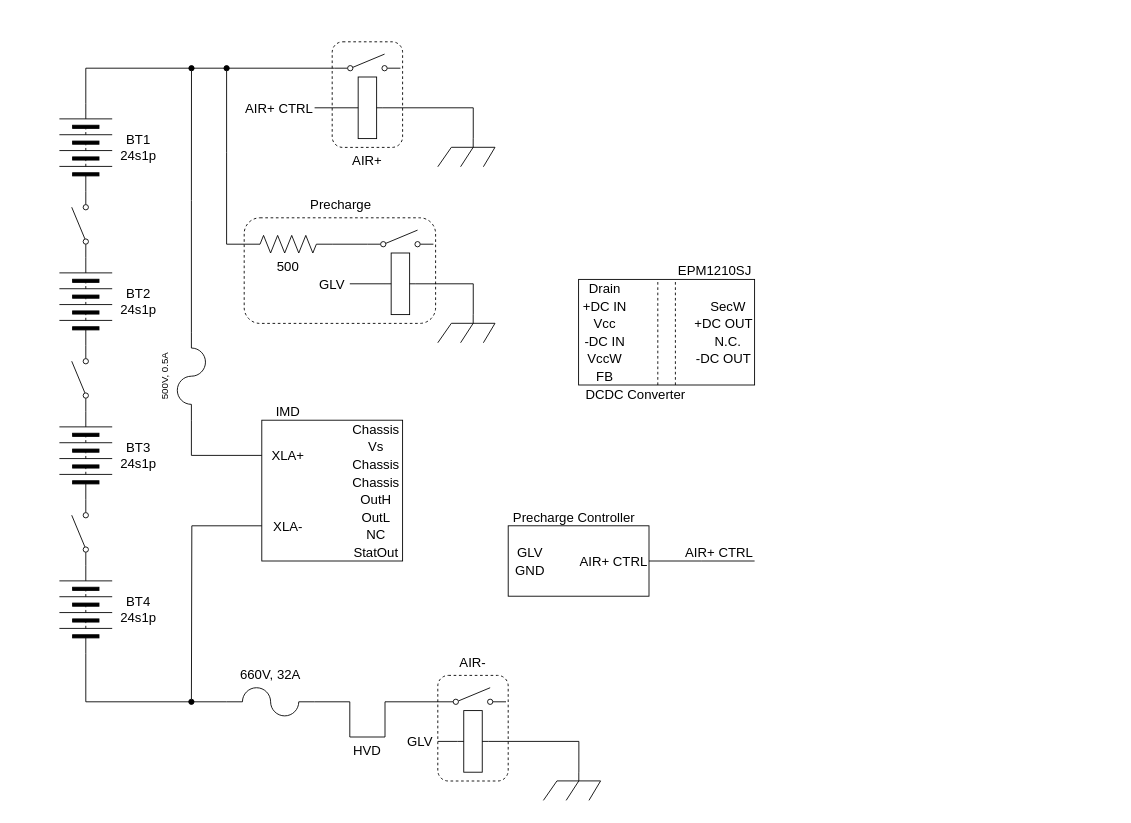
This is page "AccumulatorTSCircuit" (3 of 9) of EVCircuit.drawio from ST04-tkmr/drawio_Schematics, a draw.io file, before an edit. Source tidied: cells renumbered, new cells numbered last; positions are measured from the earlier drawing's top-left corner, leaving out a move shared by most shapes. Both pictures are drawn from the tidied source at 88%, with x=0, y=0 at pixel (59, 41).
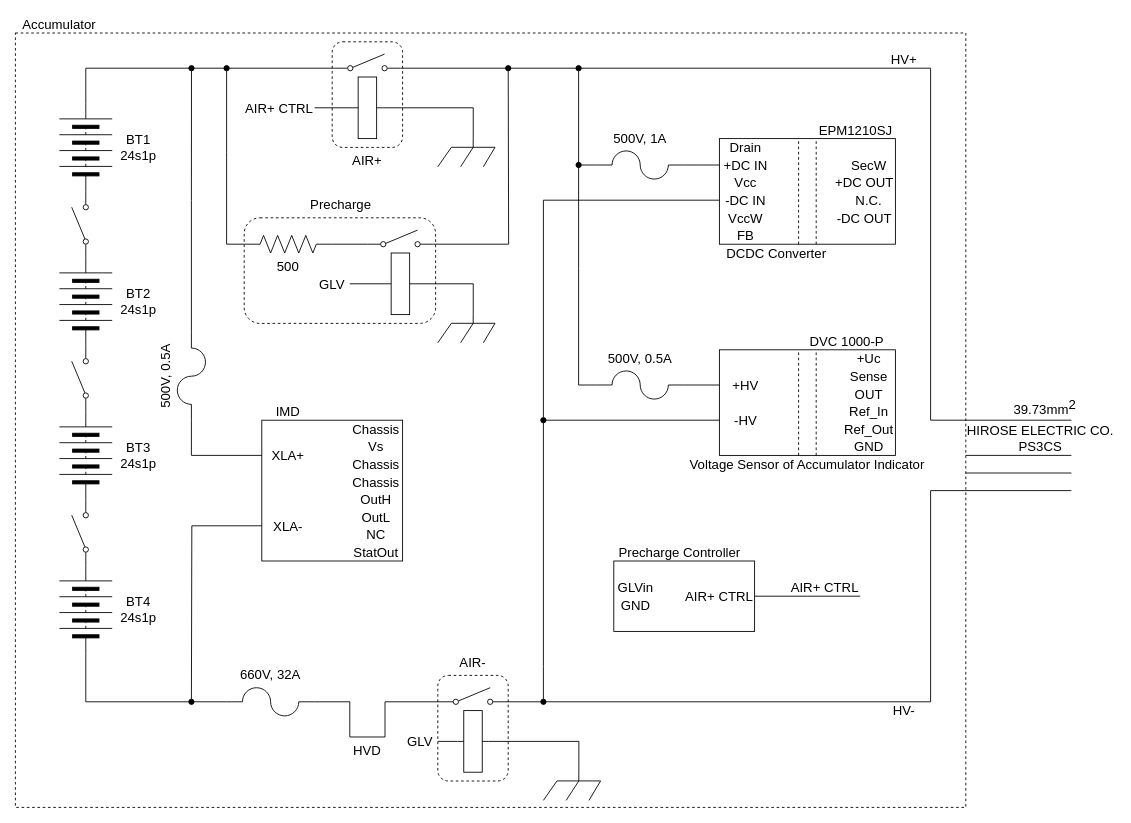
The same page after the edit.

Unchanged cells that the change refers to:
```xml
<mxCell id="10" style="group;" parent="1" vertex="1">
  <mxGeometry x="310" width="80" height="150" as="geometry" />
</mxCell>
<mxCell id="13" style="html=1;shape=mxgraph.electrical.electro-mechanical.singleSwitch;elSwitchState=off;direction=east;" parent="10" vertex="1">
  <mxGeometry x="2.5" y="14" width="75" height="20" as="geometry" />
</mxCell>
<mxCell id="15" style="group;" parent="1" vertex="1">
  <mxGeometry x="430" y="690" width="80" height="150" as="geometry" />
</mxCell>
<mxCell id="17" style="html=1;shape=mxgraph.electrical.electro-mechanical.singleSwitch;elSwitchState=off;" parent="15" vertex="1">
  <mxGeometry x="2.5" y="44" width="75" height="20" as="geometry" />
</mxCell>
<mxCell id="53" style="html=1;shape=mxgraph.electrical.electro-mechanical.singleSwitch;elSwitchState=off;direction=east;" parent="1" vertex="1">
  <mxGeometry x="350" y="214" width="75" height="20" as="geometry" />
</mxCell>
<mxCell id="77" value="+DC IN" style="text;strokeColor=none;align=center;fillColor=none;html=1;verticalAlign=middle;whiteSpace=wrap;rounded=0;fontSize=15;" parent="75" vertex="1">
  <mxGeometry y="40" width="60" height="20" as="geometry" />
</mxCell>
<mxCell id="78" value="-DC IN" style="text;strokeColor=none;align=center;fillColor=none;html=1;verticalAlign=middle;whiteSpace=wrap;rounded=0;fontSize=15;" parent="75" vertex="1">
  <mxGeometry y="80" width="60" height="20" as="geometry" />
</mxCell>
```

Change to the diagram source:
```diff
@@
+    <mxCell id="91" style="rounded=0;whiteSpace=wrap;html=1;fontFamily=Helvetica;fontSize=11;fontColor=default;strokeColor=default;fillColor=none;dashed=1;" parent="1" vertex="1">
+      <mxGeometry x="-50" y="-10" width="1080" height="880" as="geometry" />
+    </mxCell>
@@
+    <mxCell id="92" style="edgeStyle=orthogonalEdgeStyle;rounded=0;jettySize=auto;html=1;endArrow=none;endFill=0;exitX=1;exitY=0.8;exitDx=0;exitDy=0;" parent="10" edge="1" source="13">
+      <mxGeometry relative="1" as="geometry">
+        <mxPoint x="840" y="430" as="targetPoint" />
+        <Array as="points">
+          <mxPoint x="680" y="30" />
+          <mxPoint x="680" y="430" />
+        </Array>
+      </mxGeometry>
+    </mxCell>
@@
+    <mxCell id="93" style="edgeStyle=orthogonalEdgeStyle;shape=connector;rounded=0;jettySize=auto;html=1;exitX=1;exitY=0.8;exitDx=0;exitDy=0;labelBackgroundColor=default;strokeColor=default;fontFamily=Helvetica;fontSize=11;fontColor=default;endArrow=none;endFill=0;" parent="15" edge="1" source="17">
+      <mxGeometry relative="1" as="geometry">
+        <mxPoint x="720" y="-180" as="targetPoint" />
+        <Array as="points">
+          <mxPoint x="560" y="60" />
+          <mxPoint x="560" y="-180" />
+        </Array>
+      </mxGeometry>
+    </mxCell>
@@
-    <mxCell id="46" value="500V, 0.5A" style="text;strokeColor=none;align=center;fillColor=none;html=1;verticalAlign=middle;whiteSpace=wrap;rounded=0;fontSize=11;fontFamily=Helvetica;fontColor=default;rotation=-90;" parent="1" vertex="1">
-      <mxGeometry x="90" y="365" width="60" height="30" as="geometry" />
+    <mxCell id="46" value="500V, 0.5A" style="text;strokeColor=none;align=center;fillColor=none;html=1;verticalAlign=middle;whiteSpace=wrap;rounded=0;fontSize=15;fontFamily=Helvetica;fontColor=default;rotation=-90;" parent="1" vertex="1">
+      <mxGeometry x="80" y="365" width="80" height="30" as="geometry" />
     </mxCell>
@@
+    <mxCell id="94" style="edgeStyle=orthogonalEdgeStyle;shape=connector;rounded=0;jettySize=auto;html=1;exitX=1;exitY=0.8;exitDx=0;exitDy=0;labelBackgroundColor=default;strokeColor=default;fontFamily=Helvetica;fontSize=11;fontColor=default;endArrow=oval;endFill=1;" parent="1" edge="1" source="53">
+      <mxGeometry relative="1" as="geometry">
+        <mxPoint x="510" y="30" as="targetPoint" />
+      </mxGeometry>
+    </mxCell>
@@
-    <mxCell id="65" style="group;" parent="1" vertex="1">
-      <mxGeometry x="510" y="530" width="160" height="100" as="geometry" />
-    </mxCell>
-    <mxCell id="66" style="rounded=0;whiteSpace=wrap;html=1;fontFamily=Helvetica;fontSize=11;fontColor=default;" parent="65" vertex="1">
-      <mxGeometry y="20" width="160" height="80" as="geometry" />
-    </mxCell>
-    <mxCell id="67" style="edgeStyle=orthogonalEdgeStyle;shape=connector;rounded=0;jettySize=auto;html=1;exitX=1;exitY=0.5;exitDx=0;exitDy=0;labelBackgroundColor=default;strokeColor=default;fontFamily=Helvetica;fontSize=11;fontColor=default;endArrow=none;endFill=0;" parent="65" edge="1" source="68">
-      <mxGeometry relative="1" as="geometry">
-        <mxPoint x="280" y="60" as="targetPoint" />
-      </mxGeometry>
-    </mxCell>
-    <mxCell id="68" value="AIR+ CTRL" style="text;strokeColor=none;align=center;fillColor=none;html=1;verticalAlign=middle;whiteSpace=wrap;rounded=0;fontSize=15;fontFamily=Helvetica;fontColor=default;" parent="65" vertex="1">
-      <mxGeometry x="80" y="50" width="80" height="20" as="geometry" />
-    </mxCell>
-    <mxCell id="69" value="GLV" style="text;strokeColor=none;align=center;fillColor=none;html=1;verticalAlign=middle;whiteSpace=wrap;rounded=0;fontSize=15;fontFamily=Helvetica;fontColor=default;" parent="65" vertex="1">
-      <mxGeometry y="40" width="50" height="20" as="geometry" />
-    </mxCell>
-    <mxCell id="70" value="GND" style="text;strokeColor=none;align=center;fillColor=none;html=1;verticalAlign=middle;whiteSpace=wrap;rounded=0;fontSize=15;fontFamily=Helvetica;fontColor=default;" parent="65" vertex="1">
-      <mxGeometry y="60" width="50" height="20" as="geometry" />
-    </mxCell>
-    <mxCell id="71" value="Precharge Controller" style="text;strokeColor=none;align=center;fillColor=none;html=1;verticalAlign=middle;whiteSpace=wrap;rounded=0;fontSize=15;fontFamily=Helvetica;fontColor=default;" parent="65" vertex="1">
-      <mxGeometry width="150" height="20" as="geometry" />
-    </mxCell>
-    <mxCell id="72" value="AIR+ CTRL" style="text;strokeColor=none;align=center;fillColor=none;html=1;verticalAlign=middle;whiteSpace=wrap;rounded=0;fontSize=15;fontFamily=Helvetica;fontColor=default;" parent="1" vertex="1">
-      <mxGeometry x="710" y="570" width="80" height="20" as="geometry" />
-    </mxCell>
@@
     <mxCell id="75" style="group;" parent="1" vertex="1">
-      <mxGeometry x="590" y="250" width="200" height="160" as="geometry" />
+      <mxGeometry x="750" y="90" width="200" height="160" as="geometry" />
     </mxCell>
@@
+    <mxCell id="95" style="edgeStyle=orthogonalEdgeStyle;shape=connector;rounded=0;jettySize=auto;html=1;exitX=0;exitY=0.5;exitDx=0;exitDy=0;labelBackgroundColor=default;strokeColor=default;fontFamily=Helvetica;fontSize=11;fontColor=default;endArrow=none;endFill=0;" parent="75" edge="1" source="77">
+      <mxGeometry relative="1" as="geometry">
+        <mxPoint x="-40" y="50" as="targetPoint" />
+      </mxGeometry>
+    </mxCell>
@@
+    <mxCell id="96" style="edgeStyle=orthogonalEdgeStyle;shape=connector;rounded=0;jettySize=auto;html=1;exitX=0;exitY=0.5;exitDx=0;exitDy=0;labelBackgroundColor=default;strokeColor=default;fontFamily=Helvetica;fontSize=11;fontColor=default;endArrow=oval;endFill=1;" parent="75" edge="1" source="78">
+      <mxGeometry relative="1" as="geometry">
+        <mxPoint x="-200" y="340" as="targetPoint" />
+        <Array as="points">
+          <mxPoint x="-200" y="90" />
+        </Array>
+      </mxGeometry>
+    </mxCell>
@@
+    <mxCell id="97" style="group;" parent="1" vertex="1">
+      <mxGeometry x="750" y="330" width="270" height="170" as="geometry" />
+    </mxCell>
+    <mxCell id="98" style="rounded=0;whiteSpace=wrap;html=1;" parent="97" vertex="1">
+      <mxGeometry y="20" width="200" height="120" as="geometry" />
+    </mxCell>
+    <mxCell id="99" value="+HV" style="text;strokeColor=none;align=center;fillColor=none;html=1;verticalAlign=middle;whiteSpace=wrap;rounded=0;fontSize=15;" parent="97" vertex="1">
+      <mxGeometry y="50" width="60" height="20" as="geometry" />
+    </mxCell>
+    <mxCell id="100" style="edgeStyle=orthogonalEdgeStyle;shape=connector;rounded=0;jettySize=auto;html=1;exitX=0;exitY=0.5;exitDx=0;exitDy=0;labelBackgroundColor=default;strokeColor=default;fontFamily=Helvetica;fontSize=11;fontColor=default;endArrow=oval;endFill=1;" parent="97" edge="1" source="101">
+      <mxGeometry relative="1" as="geometry">
+        <mxPoint x="-200" y="420" as="targetPoint" />
+        <Array as="points">
+          <mxPoint x="-200" y="100" />
+          <mxPoint x="-200" y="380" />
+        </Array>
+      </mxGeometry>
+    </mxCell>
+    <mxCell id="101" value="-HV" style="text;strokeColor=none;align=center;fillColor=none;html=1;verticalAlign=middle;whiteSpace=wrap;rounded=0;fontSize=15;" parent="97" vertex="1">
+      <mxGeometry y="90" width="60" height="20" as="geometry" />
+    </mxCell>
+    <mxCell id="102" value="+Uc" style="text;strokeColor=none;align=center;fillColor=none;html=1;verticalAlign=middle;whiteSpace=wrap;rounded=0;fontSize=15;" parent="97" vertex="1">
+      <mxGeometry x="140" y="20" width="60" height="20" as="geometry" />
+    </mxCell>
+    <mxCell id="103" value="OUT" style="text;strokeColor=none;align=center;fillColor=none;html=1;verticalAlign=middle;whiteSpace=wrap;rounded=0;fontSize=15;" parent="97" vertex="1">
+      <mxGeometry x="140" y="60" width="60" height="20" as="geometry" />
+    </mxCell>
+    <mxCell id="104" value="Sense" style="text;strokeColor=none;align=center;fillColor=none;html=1;verticalAlign=middle;whiteSpace=wrap;rounded=0;fontSize=15;" parent="97" vertex="1">
+      <mxGeometry x="140" y="40" width="60" height="20" as="geometry" />
+    </mxCell>
+    <mxCell id="105" value="Ref_In" style="text;strokeColor=none;align=center;fillColor=none;html=1;verticalAlign=middle;whiteSpace=wrap;rounded=0;fontSize=15;" parent="97" vertex="1">
+      <mxGeometry x="140" y="80" width="60" height="20" as="geometry" />
+    </mxCell>
+    <mxCell id="106" value="Ref_Out" style="text;strokeColor=none;align=center;fillColor=none;html=1;verticalAlign=middle;whiteSpace=wrap;rounded=0;fontSize=15;" parent="97" vertex="1">
+      <mxGeometry x="140" y="100" width="60" height="20" as="geometry" />
+    </mxCell>
+    <mxCell id="107" value="GND" style="text;strokeColor=none;align=center;fillColor=none;html=1;verticalAlign=middle;whiteSpace=wrap;rounded=0;fontSize=15;" parent="97" vertex="1">
+      <mxGeometry x="140" y="120" width="60" height="20" as="geometry" />
+    </mxCell>
+    <mxCell id="108" style="endArrow=none;dashed=1;html=1;rounded=0;" parent="97" edge="1">
+      <mxGeometry relative="1" as="geometry">
+        <mxPoint x="90" y="140" as="sourcePoint" />
+        <mxPoint x="90" y="20" as="targetPoint" />
+      </mxGeometry>
+    </mxCell>
+    <mxCell id="109" style="endArrow=none;dashed=1;html=1;rounded=0;" parent="97" edge="1">
+      <mxGeometry relative="1" as="geometry">
+        <mxPoint x="110" y="140" as="sourcePoint" />
+        <mxPoint x="110" y="20" as="targetPoint" />
+      </mxGeometry>
+    </mxCell>
+    <mxCell id="110" value="DVC 1000-P" style="text;strokeColor=none;align=center;fillColor=none;html=1;verticalAlign=middle;whiteSpace=wrap;rounded=0;fontSize=15;" parent="97" vertex="1">
+      <mxGeometry x="90" width="110" height="20" as="geometry" />
+    </mxCell>
+    <mxCell id="111" value="Voltage Sensor of Accumulator Indicator" style="text;strokeColor=none;align=center;fillColor=none;html=1;verticalAlign=middle;whiteSpace=wrap;rounded=0;fontSize=15;" parent="97" vertex="1">
+      <mxGeometry x="-35" y="140" width="270" height="20" as="geometry" />
+    </mxCell>
+    <mxCell id="112" style="edgeStyle=orthogonalEdgeStyle;shape=connector;rounded=0;jettySize=auto;html=1;exitX=1;exitY=0.5;exitDx=0;exitDy=0;exitPerimeter=0;labelBackgroundColor=default;strokeColor=default;fontFamily=Helvetica;fontSize=11;fontColor=default;endArrow=oval;endFill=1;" parent="1" edge="1" source="113">
+      <mxGeometry relative="1" as="geometry">
+        <mxPoint x="590" y="30" as="targetPoint" />
+      </mxGeometry>
+    </mxCell>
+    <mxCell id="113" style="verticalLabelPosition=bottom;shadow=0;dashed=0;align=center;html=1;verticalAlign=top;shape=mxgraph.electrical.miscellaneous.fuse_4;fontFamily=Helvetica;fontSize=11;fontColor=default;direction=west;" parent="1" vertex="1">
+      <mxGeometry x="610" y="124" width="100" height="32" as="geometry" />
+    </mxCell>
+    <mxCell id="114" style="group;" parent="1" vertex="1">
+      <mxGeometry x="630" y="570" width="280" height="100" as="geometry" />
+    </mxCell>
+    <mxCell id="65" style="group;" parent="114" vertex="1">
+      <mxGeometry width="160" height="100" as="geometry" />
+    </mxCell>
+    <mxCell id="66" style="rounded=0;whiteSpace=wrap;html=1;fontFamily=Helvetica;fontSize=11;fontColor=default;" parent="65" vertex="1">
+      <mxGeometry y="20" width="160" height="80" as="geometry" />
+    </mxCell>
+    <mxCell id="67" style="edgeStyle=orthogonalEdgeStyle;shape=connector;rounded=0;jettySize=auto;html=1;exitX=1;exitY=0.5;exitDx=0;exitDy=0;labelBackgroundColor=default;strokeColor=default;fontFamily=Helvetica;fontSize=11;fontColor=default;endArrow=none;endFill=0;" parent="65" edge="1" source="68">
+      <mxGeometry relative="1" as="geometry">
+        <mxPoint x="280" y="60" as="targetPoint" />
+      </mxGeometry>
+    </mxCell>
+    <mxCell id="68" value="AIR+ CTRL" style="text;strokeColor=none;align=center;fillColor=none;html=1;verticalAlign=middle;whiteSpace=wrap;rounded=0;fontSize=15;fontFamily=Helvetica;fontColor=default;" parent="65" vertex="1">
+      <mxGeometry x="80" y="50" width="80" height="20" as="geometry" />
+    </mxCell>
+    <mxCell id="69" value="GLVin" style="text;strokeColor=none;align=center;fillColor=none;html=1;verticalAlign=middle;whiteSpace=wrap;rounded=0;fontSize=15;fontFamily=Helvetica;fontColor=default;" parent="65" vertex="1">
+      <mxGeometry y="40" width="50" height="20" as="geometry" />
+    </mxCell>
+    <mxCell id="70" value="GND" style="text;strokeColor=none;align=center;fillColor=none;html=1;verticalAlign=middle;whiteSpace=wrap;rounded=0;fontSize=15;fontFamily=Helvetica;fontColor=default;" parent="65" vertex="1">
+      <mxGeometry y="60" width="50" height="20" as="geometry" />
+    </mxCell>
+    <mxCell id="71" value="Precharge Controller" style="text;strokeColor=none;align=center;fillColor=none;html=1;verticalAlign=middle;whiteSpace=wrap;rounded=0;fontSize=15;fontFamily=Helvetica;fontColor=default;" parent="65" vertex="1">
+      <mxGeometry width="150" height="20" as="geometry" />
+    </mxCell>
+    <mxCell id="72" value="AIR+ CTRL" style="text;strokeColor=none;align=center;fillColor=none;html=1;verticalAlign=middle;whiteSpace=wrap;rounded=0;fontSize=15;fontFamily=Helvetica;fontColor=default;" parent="114" vertex="1">
+      <mxGeometry x="200" y="40" width="80" height="20" as="geometry" />
+    </mxCell>
+    <mxCell id="115" style="edgeStyle=orthogonalEdgeStyle;shape=connector;rounded=0;jettySize=auto;html=1;exitX=0;exitY=0.5;exitDx=0;exitDy=0;exitPerimeter=0;entryX=0;entryY=0.5;entryDx=0;entryDy=0;labelBackgroundColor=default;strokeColor=default;fontFamily=Helvetica;fontSize=11;fontColor=default;endArrow=none;endFill=0;" parent="1" edge="1" source="117" target="99">
+      <mxGeometry relative="1" as="geometry" />
+    </mxCell>
+    <mxCell id="116" style="edgeStyle=orthogonalEdgeStyle;shape=connector;rounded=0;jettySize=auto;html=1;exitX=1;exitY=0.5;exitDx=0;exitDy=0;exitPerimeter=0;labelBackgroundColor=default;strokeColor=default;fontFamily=Helvetica;fontSize=11;fontColor=default;endArrow=oval;endFill=1;" parent="1" edge="1" source="117">
+      <mxGeometry relative="1" as="geometry">
+        <mxPoint x="590" y="140" as="targetPoint" />
+      </mxGeometry>
+    </mxCell>
+    <mxCell id="117" style="verticalLabelPosition=bottom;shadow=0;dashed=0;align=center;html=1;verticalAlign=top;shape=mxgraph.electrical.miscellaneous.fuse_4;fontFamily=Helvetica;fontSize=11;fontColor=default;direction=west;" parent="1" vertex="1">
+      <mxGeometry x="610" y="374" width="100" height="32" as="geometry" />
+    </mxCell>
+    <mxCell id="118" value="500V, 0.5A" style="text;strokeColor=none;align=center;fillColor=none;html=1;verticalAlign=middle;whiteSpace=wrap;rounded=0;fontSize=15;fontFamily=Helvetica;fontColor=default;rotation=0;" parent="1" vertex="1">
+      <mxGeometry x="620" y="345" width="80" height="30" as="geometry" />
+    </mxCell>
+    <mxCell id="119" value="500V, 1A" style="text;strokeColor=none;align=center;fillColor=none;html=1;verticalAlign=middle;whiteSpace=wrap;rounded=0;fontSize=15;fontFamily=Helvetica;fontColor=default;rotation=0;" parent="1" vertex="1">
+      <mxGeometry x="620" y="94" width="80" height="30" as="geometry" />
+    </mxCell>
+    <mxCell id="120" value="HV+" style="text;strokeColor=none;align=center;fillColor=none;html=1;verticalAlign=middle;whiteSpace=wrap;rounded=0;fontSize=15;fontFamily=Helvetica;fontColor=default;" parent="1" vertex="1">
+      <mxGeometry x="930" y="10" width="60" height="20" as="geometry" />
+    </mxCell>
+    <mxCell id="121" value="39.73mm&lt;sup style=&quot;font-size: 15px;&quot;&gt;2&lt;/sup&gt;" style="text;strokeColor=none;align=center;fillColor=none;html=1;verticalAlign=middle;whiteSpace=wrap;rounded=0;fontSize=15;fontFamily=Helvetica;fontColor=default;" parent="1" vertex="1">
+      <mxGeometry x="1090" y="400" width="60" height="30" as="geometry" />
+    </mxCell>
+    <mxCell id="122" style="endArrow=none;html=1;rounded=0;labelBackgroundColor=default;strokeColor=default;fontFamily=Helvetica;fontSize=11;fontColor=default;shape=connector;" parent="1" edge="1">
+      <mxGeometry relative="1" as="geometry">
+        <mxPoint x="1030" y="470" as="sourcePoint" />
+        <mxPoint x="1150" y="470" as="targetPoint" />
+      </mxGeometry>
+    </mxCell>
+    <mxCell id="123" style="endArrow=none;html=1;rounded=0;labelBackgroundColor=default;strokeColor=default;fontFamily=Helvetica;fontSize=11;fontColor=default;shape=connector;" parent="1" edge="1">
+      <mxGeometry relative="1" as="geometry">
+        <mxPoint x="1030" y="490" as="sourcePoint" />
+        <mxPoint x="1150" y="490" as="targetPoint" />
+      </mxGeometry>
+    </mxCell>
+    <mxCell id="124" value="Accumulator" style="text;strokeColor=none;align=center;fillColor=none;html=1;verticalAlign=middle;whiteSpace=wrap;rounded=0;fontSize=15;fontFamily=Helvetica;fontColor=default;" parent="1" vertex="1">
+      <mxGeometry x="-50" y="-30" width="100" height="20" as="geometry" />
+    </mxCell>
+    <mxCell id="125" value="HV-" style="text;strokeColor=none;align=center;fillColor=none;html=1;verticalAlign=middle;whiteSpace=wrap;rounded=0;fontSize=15;fontFamily=Helvetica;fontColor=default;" parent="1" vertex="1">
+      <mxGeometry x="930" y="750" width="60" height="20" as="geometry" />
+    </mxCell>
+    <mxCell id="126" value="HIROSE ELECTRIC CO.&lt;br&gt;PS3CS" style="text;strokeColor=none;align=center;fillColor=none;html=1;verticalAlign=middle;whiteSpace=wrap;rounded=0;fontSize=15;" parent="1" vertex="1">
+      <mxGeometry x="1030" y="430" width="170" height="40" as="geometry" />
+    </mxCell>
```
